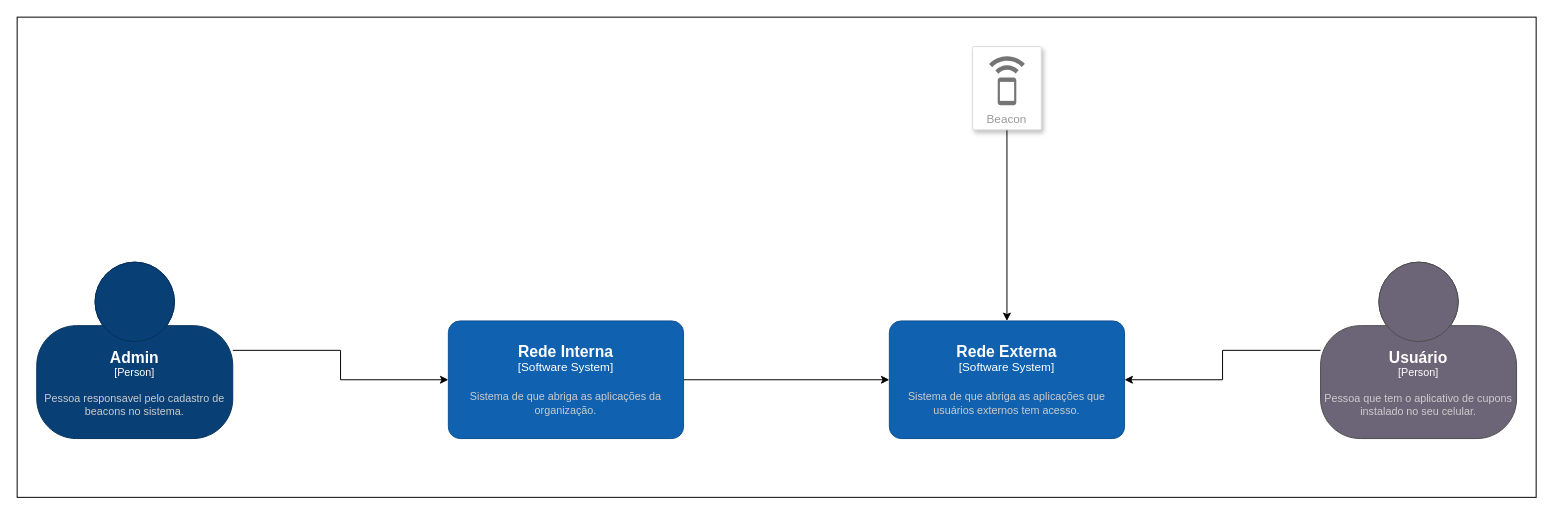
Above: page "Contexto" (1 of 2) of arquitetura.drawio in dickson-souza-projects/arq-soft-distrib-puc-minas-2025-java (draw.io), before the change. Source tidied: cells renumbered, new cells numbered last; positions are measured from the earlier drawing's top-left corner, leaving out a move shared by most shapes. Both pictures are drawn from the tidied source at 98%, with x=0, y=0 at pixel (17, 17).
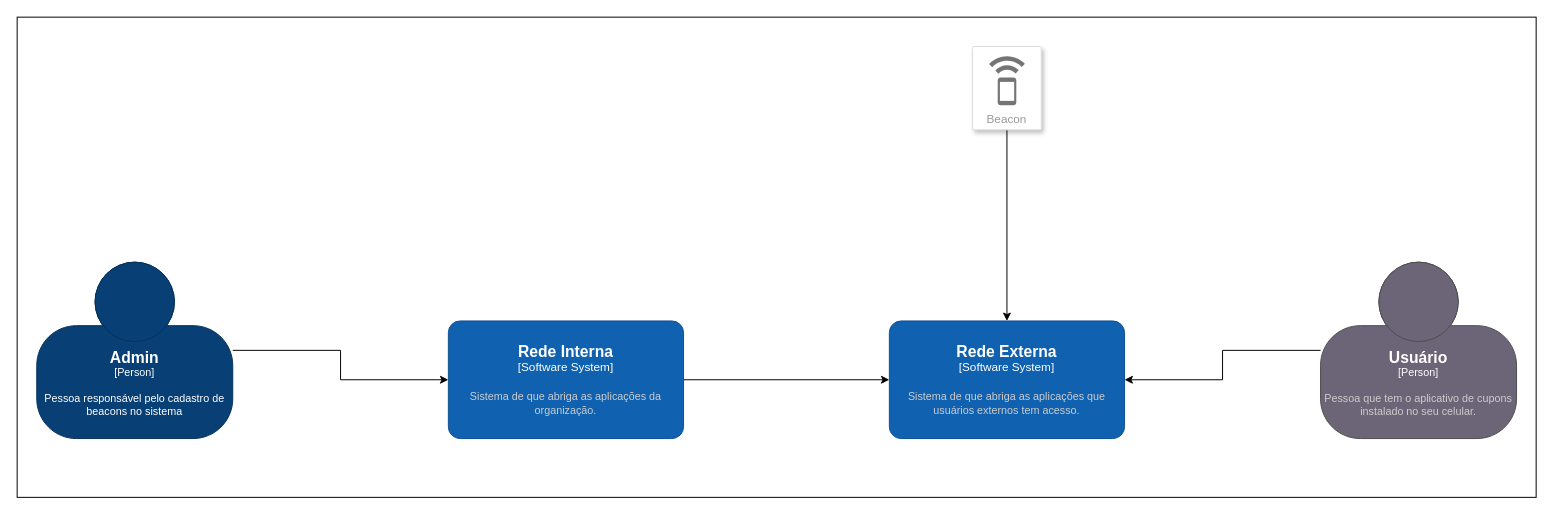
Above is the later version.

Commit message:
Ajuste da cor da fonte do item Pessoa do diagrama C4 de contexto e ajustes de layout iniciais

What changed in the source:
```diff
@@
 <mxGraphModel>
   <root>
     <mxCell id="0" />
     <mxCell id="1" parent="0" />
-    <mxCell id="2" style="rounded=0;whiteSpace=wrap;html=1;" parent="1" vertex="1">
+    <mxCell id="2" style="rounded=0;whiteSpace=wrap;html=1;fillColor=default;" parent="1" vertex="1">
       <mxGeometry width="1550" height="490" as="geometry" />
     </mxCell>
     <mxCell id="3" style="edgeStyle=orthogonalEdgeStyle;rounded=0;jettySize=auto;html=1;" parent="1" edge="1" source="4" target="6">
       <mxGeometry relative="1" as="geometry" />
     </mxCell>
-    <object id="4" label="&lt;font style=&quot;font-size: 16px&quot;&gt;&lt;b&gt;%c4Name%&lt;/b&gt;&lt;/font&gt;&lt;div&gt;[%c4Type%]&lt;/div&gt;&lt;br&gt;&lt;div&gt;&lt;font style=&quot;font-size: 11px&quot;&gt;&lt;font color=&quot;#cccccc&quot;&gt;%c4Description%&lt;/font&gt;&lt;/div&gt;" c4Description="Pessoa responsavel pelo cadastro de beacons no sistema." c4Name="Admin" c4Type="Person" placeholders="1">
-      <mxCell style="html=1;fontSize=11;dashed=0;whiteSpace=wrap;fillColor=#083F75;strokeColor=#06315C;fontColor=#ffffff;shape=mxgraph.c4.person2;align=center;points=[[0.5,0,0],[1,0.5,0],[1,0.75,0],[0.75,1,0],[0.5,1,0],[0.25,1,0],[0,0.75,0],[0,0.5,0]];" parent="1" vertex="1">
+    <object id="4" label="&lt;font style=&quot;font-size: 16px&quot;&gt;&lt;b&gt;&lt;font color=&quot;#FFFFFF&quot;&gt;%c4Name%&lt;/font&gt;&lt;/b&gt;&lt;/font&gt;&lt;div&gt;&lt;font color=&quot;#FFFFFF&quot;&gt;[%c4Type%]&lt;/font&gt;&lt;/div&gt;&lt;br&gt;&lt;div&gt;&lt;font style=&quot;font-size: 11px&quot;&gt;&lt;font color=&quot;#FFFFFF&quot;&gt;%c4Description%&lt;/font&gt;&lt;/font&gt;&lt;/div&gt;" c4Description="Pessoa responsável pelo cadastro de beacons no sistema" c4Name="Admin" c4Type="Person" placeholders="1">
+      <mxCell style="html=1;fontSize=11;dashed=0;whiteSpace=wrap;fillColor=#083F75;strokeColor=#06315C;fontColor=#ffffff;shape=mxgraph.c4.person2;align=center;points=[[0.5,0,0],[1,0.5,0],[1,0.75,0],[0.75,1,0],[0.5,1,0],[0.25,1,0],[0,0.75,0],[0,0.5,0]];labelBackgroundColor=none;shadow=0;" parent="1" vertex="1">
         <mxGeometry x="20" y="250" width="200" height="180" as="geometry" />
       </mxCell>
     </object>
     <mxCell id="5" style="edgeStyle=orthogonalEdgeStyle;rounded=0;jettySize=auto;html=1;" parent="1" edge="1" source="6" target="7">
       <mxGeometry relative="1" as="geometry" />
     </mxCell>
     <object id="6" label="&lt;font style=&quot;font-size: 16px&quot;&gt;&lt;b&gt;%c4Name%&lt;/b&gt;&lt;/font&gt;&lt;div&gt;[%c4Type%]&lt;/div&gt;&lt;br&gt;&lt;div&gt;&lt;font style=&quot;font-size: 11px&quot;&gt;&lt;font color=&quot;#cccccc&quot;&gt;%c4Description%&lt;/font&gt;&lt;/div&gt;" c4Description="Sistema de que abriga as aplicações da organização." c4Name="Rede Interna" c4Type="Software System" placeholders="1">
       <mxCell style="rounded=1;whiteSpace=wrap;html=1;labelBackgroundColor=none;fillColor=#1061B0;fontColor=#ffffff;align=center;arcSize=10;strokeColor=#0D5091;points=[[0.25,0,0],[0.5,0,0],[0.75,0,0],[1,0.25,0],[1,0.5,0],[1,0.75,0],[0.75,1,0],[0.5,1,0],[0.25,1,0],[0,0.75,0],[0,0.5,0],[0,0.25,0]];" parent="1" vertex="1">
         <mxGeometry x="440" y="310" width="240" height="120" as="geometry" />
       </mxCell>
     </object>
     <object id="7" label="&lt;font style=&quot;font-size: 16px&quot;&gt;&lt;b&gt;%c4Name%&lt;/b&gt;&lt;/font&gt;&lt;div&gt;[%c4Type%]&lt;/div&gt;&lt;br&gt;&lt;div&gt;&lt;font style=&quot;font-size: 11px&quot;&gt;&lt;font color=&quot;#cccccc&quot;&gt;%c4Description%&lt;/font&gt;&lt;/div&gt;" c4Description="Sistema de que abriga as aplicações que usuários externos tem acesso." c4Name="Rede Externa" c4Type="Software System" placeholders="1">
       <mxCell style="rounded=1;whiteSpace=wrap;html=1;labelBackgroundColor=none;fillColor=#1061B0;fontColor=#ffffff;align=center;arcSize=10;strokeColor=#0D5091;points=[[0.25,0,0],[0.5,0,0],[0.75,0,0],[1,0.25,0],[1,0.5,0],[1,0.75,0],[0.75,1,0],[0.5,1,0],[0.25,1,0],[0,0.75,0],[0,0.5,0],[0,0.25,0]];" parent="1" vertex="1">
         <mxGeometry x="890" y="310" width="240" height="120" as="geometry" />
       </mxCell>
     </object>
     <mxCell id="8" style="edgeStyle=orthogonalEdgeStyle;rounded=0;jettySize=auto;html=1;" parent="1" edge="1" source="9" target="7">
       <mxGeometry relative="1" as="geometry" />
     </mxCell>
     <mxCell id="9" value="Beacon" style="strokeColor=#dddddd;shadow=1;strokeWidth=1;rounded=1;absoluteArcSize=1;arcSize=2;labelPosition=center;verticalLabelPosition=middle;align=center;verticalAlign=bottom;spacingLeft=0;fontColor=#999999;fontSize=12;whiteSpace=wrap;spacingBottom=2;html=1;" parent="1" vertex="1">
       <mxGeometry x="975" y="30" width="70" height="85" as="geometry" />
     </mxCell>
     <mxCell id="10" style="sketch=0;dashed=0;html=1;fillColor=#757575;strokeColor=none;shape=mxgraph.gcp2.beacon;" parent="9" vertex="1">
       <mxGeometry x="0.5" width="36.5" height="50" relative="1" as="geometry">
         <mxPoint x="-18.2" y="10" as="offset" />
       </mxGeometry>
     </mxCell>
     <mxCell id="11" style="edgeStyle=orthogonalEdgeStyle;rounded=0;jettySize=auto;html=1;" parent="1" edge="1" source="12" target="7">
       <mxGeometry relative="1" as="geometry" />
     </mxCell>
     <object id="12" label="&lt;font style=&quot;font-size: 16px&quot;&gt;&lt;b&gt;%c4Name%&lt;/b&gt;&lt;/font&gt;&lt;div&gt;[%c4Type%]&lt;/div&gt;&lt;br&gt;&lt;div&gt;&lt;font style=&quot;font-size: 11px&quot;&gt;&lt;font color=&quot;#cccccc&quot;&gt;%c4Description%&lt;/font&gt;&lt;/div&gt;" c4Description="Pessoa que tem o aplicativo de cupons instalado no seu celular." c4Name="Usuário" c4Type="Person" placeholders="1">
       <mxCell style="html=1;fontSize=11;dashed=0;whiteSpace=wrap;fillColor=#6C6477;strokeColor=#4D4D4D;fontColor=#ffffff;shape=mxgraph.c4.person2;align=center;points=[[0.5,0,0],[1,0.5,0],[1,0.75,0],[0.75,1,0],[0.5,1,0],[0.25,1,0],[0,0.75,0],[0,0.5,0]];" parent="1" vertex="1">
         <mxGeometry x="1330" y="250" width="200" height="180" as="geometry" />
       </mxCell>
     </object>
   </root>
 </mxGraphModel>
```
